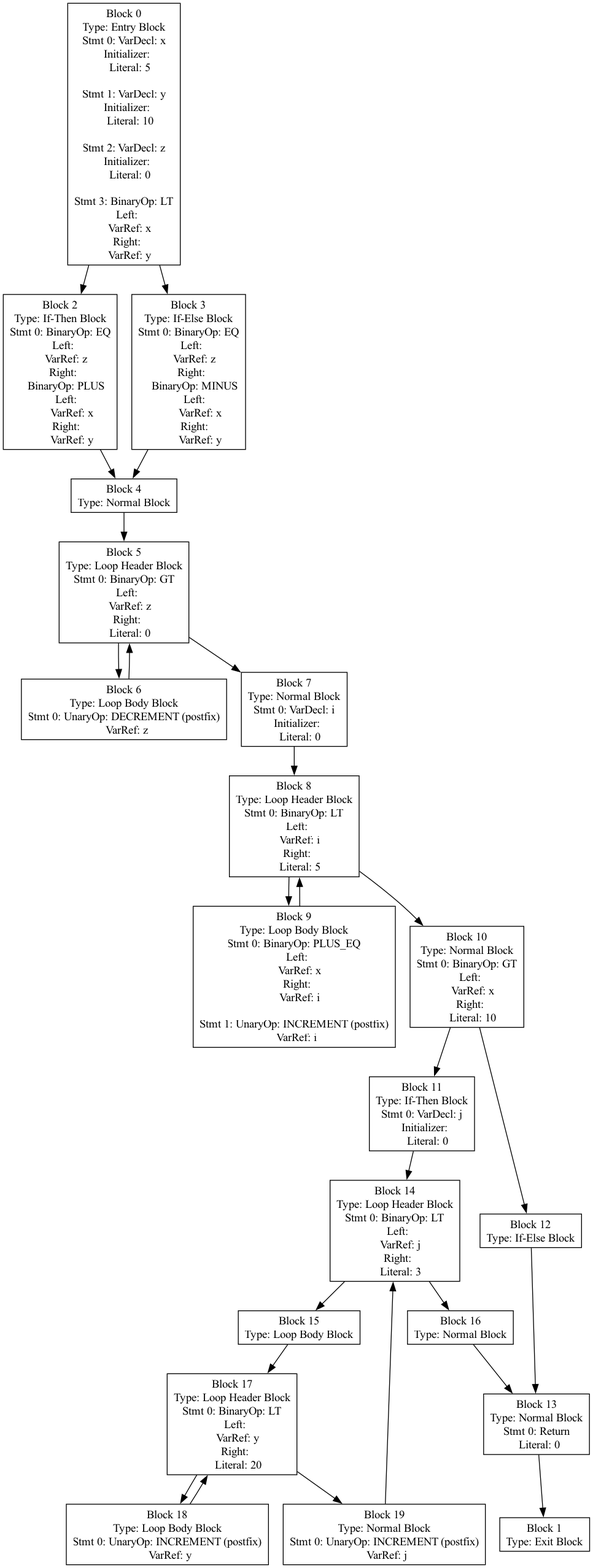
harrowm/ccomp keeps this Graphviz diagram as cfg.png. Above is the earlier version. Its source is kept beside it as cfg.dot. Source of this version:
```dot
digraph CFG {
  node [shape=box];
  Block0 [label="Block 0\nType: Entry Block\nStmt 0: VarDecl: x
  Initializer:
    Literal: 5
\nStmt 1: VarDecl: y
  Initializer:
    Literal: 10
\nStmt 2: VarDecl: z
  Initializer:
    Literal: 0
\nStmt 3: BinaryOp: LT
  Left:
    VarRef: x
  Right:
    VarRef: y
"];
  Block1 [label="Block 1\nType: Exit Block"];
  Block2 [label="Block 2\nType: If-Then Block\nStmt 0: BinaryOp: EQ
  Left:
    VarRef: z
  Right:
    BinaryOp: PLUS
    Left:
        VarRef: x
    Right:
        VarRef: y
"];
  Block3 [label="Block 3\nType: If-Else Block\nStmt 0: BinaryOp: EQ
  Left:
    VarRef: z
  Right:
    BinaryOp: MINUS
    Left:
        VarRef: x
    Right:
        VarRef: y
"];
  Block4 [label="Block 4\nType: Normal Block"];
  Block5 [label="Block 5\nType: Loop Header Block\nStmt 0: BinaryOp: GT
  Left:
    VarRef: z
  Right:
    Literal: 0
"];
  Block6 [label="Block 6\nType: Loop Body Block\nStmt 0: UnaryOp: DECREMENT (postfix)
  VarRef: z
"];
  Block7 [label="Block 7\nType: Normal Block\nStmt 0: VarDecl: i
  Initializer:
    Literal: 0
"];
  Block8 [label="Block 8\nType: Loop Header Block\nStmt 0: BinaryOp: LT
  Left:
    VarRef: i
  Right:
    Literal: 5
"];
  Block9 [label="Block 9\nType: Loop Body Block\nStmt 0: BinaryOp: PLUS_EQ
  Left:
    VarRef: x
  Right:
    VarRef: i
\nStmt 1: UnaryOp: INCREMENT (postfix)
  VarRef: i
"];
  Block10 [label="Block 10\nType: Normal Block\nStmt 0: BinaryOp: GT
  Left:
    VarRef: x
  Right:
    Literal: 10
"];
  Block11 [label="Block 11\nType: If-Then Block\nStmt 0: VarDecl: j
  Initializer:
    Literal: 0
"];
  Block12 [label="Block 12\nType: If-Else Block"];
  Block13 [label="Block 13\nType: Normal Block\nStmt 0: Return
  Literal: 0
"];
  Block14 [label="Block 14\nType: Loop Header Block\nStmt 0: BinaryOp: LT
  Left:
    VarRef: j
  Right:
    Literal: 3
"];
  Block15 [label="Block 15\nType: Loop Body Block"];
  Block16 [label="Block 16\nType: Normal Block"];
  Block17 [label="Block 17\nType: Loop Header Block\nStmt 0: BinaryOp: LT
  Left:
    VarRef: y
  Right:
    Literal: 20
"];
  Block18 [label="Block 18\nType: Loop Body Block\nStmt 0: UnaryOp: INCREMENT (postfix)
  VarRef: y
"];
  Block19 [label="Block 19\nType: Normal Block\nStmt 0: UnaryOp: INCREMENT (postfix)
  VarRef: j
"];
  Block0 -> Block2;
  Block0 -> Block3;
  Block2 -> Block4;
  Block3 -> Block4;
  Block4 -> Block5;
  Block5 -> Block6;
  Block5 -> Block7;
  Block6 -> Block5;
  Block7 -> Block8;
  Block8 -> Block9;
  Block8 -> Block10;
  Block9 -> Block8;
  Block10 -> Block11;
  Block10 -> Block12;
  Block11 -> Block14;
  Block12 -> Block13;
  Block13 -> Block1;
  Block14 -> Block15;
  Block14 -> Block16;
  Block15 -> Block17;
  Block16 -> Block13;
  Block17 -> Block18;
  Block17 -> Block19;
  Block18 -> Block17;
  Block19 -> Block14;
}
```
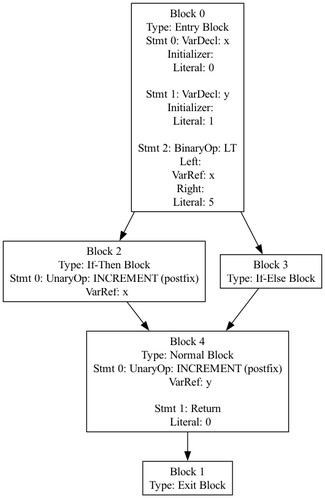
The same diagram one commit later.

What changed in the source:
```diff
@@ -2,125 +2,29 @@
   node [shape=box];
   Block0 [label="Block 0\nType: Entry Block\nStmt 0: VarDecl: x
   Initializer:
-    Literal: 5
+    Literal: 0
 \nStmt 1: VarDecl: y
   Initializer:
-    Literal: 10
-\nStmt 2: VarDecl: z
-  Initializer:
-    Literal: 0
-\nStmt 3: BinaryOp: LT
+    Literal: 1
+\nStmt 2: BinaryOp: LT
   Left:
     VarRef: x
   Right:
-    VarRef: y
+    Literal: 5
 "];
   Block1 [label="Block 1\nType: Exit Block"];
-  Block2 [label="Block 2\nType: If-Then Block\nStmt 0: BinaryOp: EQ
-  Left:
-    VarRef: z
-  Right:
-    BinaryOp: PLUS
-    Left:
-        VarRef: x
-    Right:
-        VarRef: y
+  Block2 [label="Block 2\nType: If-Then Block\nStmt 0: UnaryOp: INCREMENT (postfix)
+  VarRef: x
 "];
-  Block3 [label="Block 3\nType: If-Else Block\nStmt 0: BinaryOp: EQ
-  Left:
-    VarRef: z
-  Right:
-    BinaryOp: MINUS
-    Left:
-        VarRef: x
-    Right:
-        VarRef: y
-"];
-  Block4 [label="Block 4\nType: Normal Block"];
-  Block5 [label="Block 5\nType: Loop Header Block\nStmt 0: BinaryOp: GT
-  Left:
-    VarRef: z
-  Right:
-    Literal: 0
-"];
-  Block6 [label="Block 6\nType: Loop Body Block\nStmt 0: UnaryOp: DECREMENT (postfix)
-  VarRef: z
-"];
-  Block7 [label="Block 7\nType: Normal Block\nStmt 0: VarDecl: i
-  Initializer:
-    Literal: 0
-"];
-  Block8 [label="Block 8\nType: Loop Header Block\nStmt 0: BinaryOp: LT
-  Left:
-    VarRef: i
-  Right:
-    Literal: 5
-"];
-  Block9 [label="Block 9\nType: Loop Body Block\nStmt 0: BinaryOp: PLUS_EQ
-  Left:
-    VarRef: x
-  Right:
-    VarRef: i
-\nStmt 1: UnaryOp: INCREMENT (postfix)
-  VarRef: i
-"];
-  Block10 [label="Block 10\nType: Normal Block\nStmt 0: BinaryOp: GT
-  Left:
-    VarRef: x
-  Right:
-    Literal: 10
-"];
-  Block11 [label="Block 11\nType: If-Then Block\nStmt 0: VarDecl: j
-  Initializer:
-    Literal: 0
-"];
-  Block12 [label="Block 12\nType: If-Else Block"];
-  Block13 [label="Block 13\nType: Normal Block\nStmt 0: Return
+  Block3 [label="Block 3\nType: If-Else Block"];
+  Block4 [label="Block 4\nType: Normal Block\nStmt 0: UnaryOp: INCREMENT (postfix)
+  VarRef: y
+\nStmt 1: Return
   Literal: 0
-"];
-  Block14 [label="Block 14\nType: Loop Header Block\nStmt 0: BinaryOp: LT
-  Left:
-    VarRef: j
-  Right:
-    Literal: 3
-"];
-  Block15 [label="Block 15\nType: Loop Body Block"];
-  Block16 [label="Block 16\nType: Normal Block"];
-  Block17 [label="Block 17\nType: Loop Header Block\nStmt 0: BinaryOp: LT
-  Left:
-    VarRef: y
-  Right:
-    Literal: 20
-"];
-  Block18 [label="Block 18\nType: Loop Body Block\nStmt 0: UnaryOp: INCREMENT (postfix)
-  VarRef: y
-"];
-  Block19 [label="Block 19\nType: Normal Block\nStmt 0: UnaryOp: INCREMENT (postfix)
-  VarRef: j
 "];
   Block0 -> Block2;
   Block0 -> Block3;
   Block2 -> Block4;
   Block3 -> Block4;
-  Block4 -> Block5;
-  Block5 -> Block6;
-  Block5 -> Block7;
-  Block6 -> Block5;
-  Block7 -> Block8;
-  Block8 -> Block9;
-  Block8 -> Block10;
-  Block9 -> Block8;
-  Block10 -> Block11;
-  Block10 -> Block12;
-  Block11 -> Block14;
-  Block12 -> Block13;
-  Block13 -> Block1;
-  Block14 -> Block15;
-  Block14 -> Block16;
-  Block15 -> Block17;
-  Block16 -> Block13;
-  Block17 -> Block18;
-  Block17 -> Block19;
-  Block18 -> Block17;
-  Block19 -> Block14;
+  Block4 -> Block1;
 }
```
